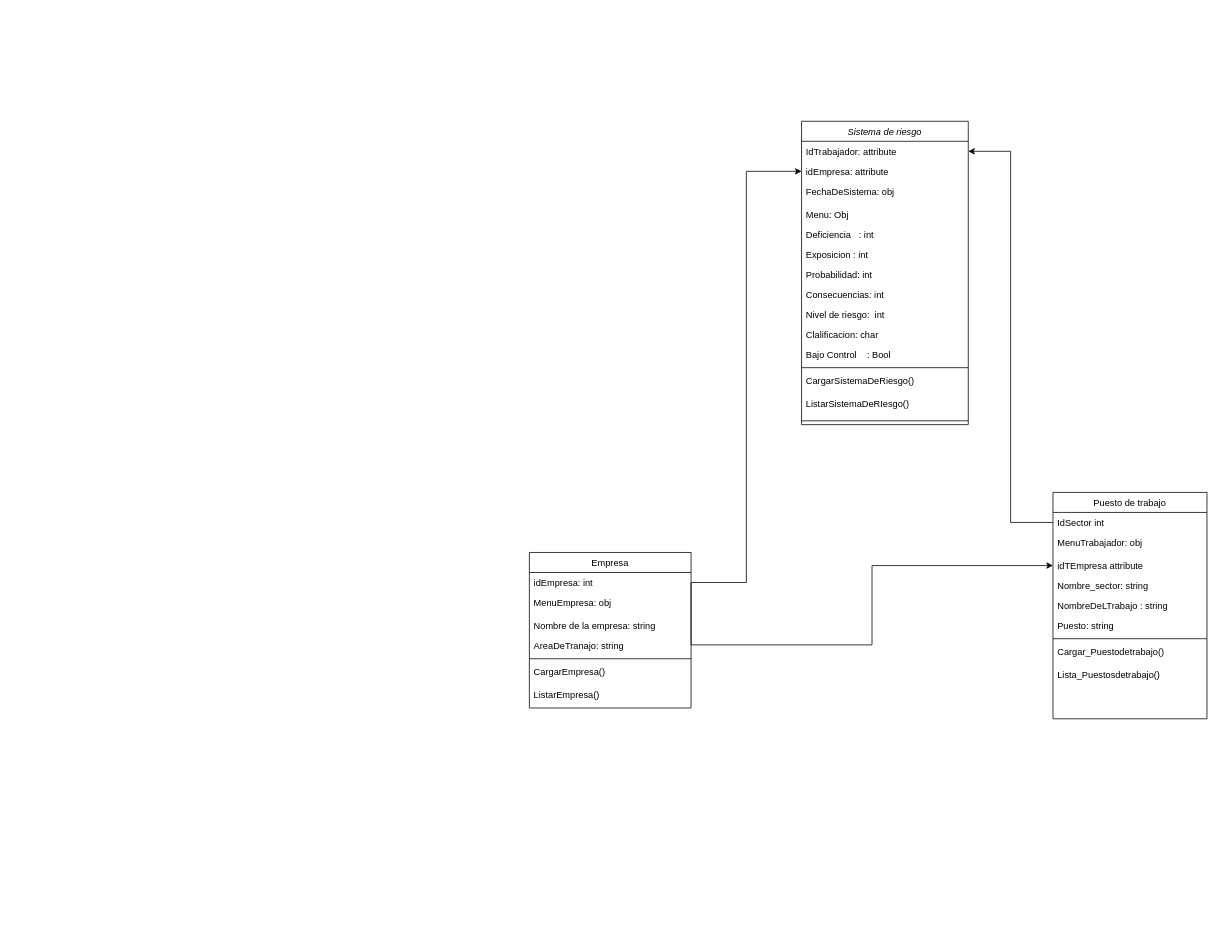
Above: DiagramaRiesgos.drawio in SebastianDlaCruz/SistemaDeRiesgo (draw.io), before the change. Source tidied: cells renumbered, new cells numbered last; positions are measured from the earlier drawing's top-left corner, leaving out a move shared by most shapes. Both pictures are drawn from the tidied source at 77%, with x=0, y=0 at pixel (529, 121).
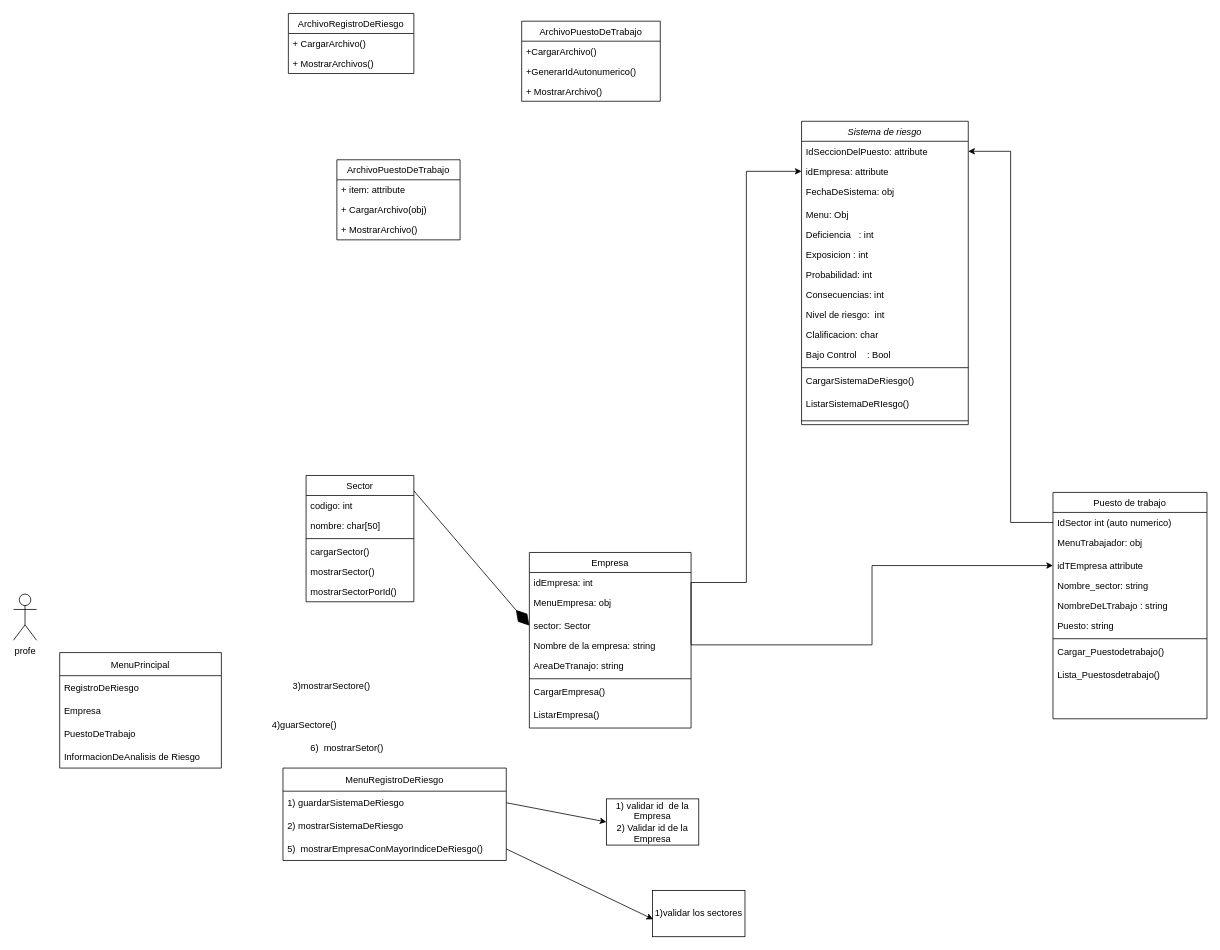
The same diagram, later.

The change refers to these unchanged cells:
```xml
<mxCell id="2" value="Sistema de riesgo&#10;" style="swimlane;fontStyle=2;align=center;verticalAlign=top;horizontal=1;startSize=26;rounded=0;shadow=0;strokeWidth=1;" parent="1" vertex="1">
  <mxGeometry x="353.5" width="216.5" height="394" as="geometry" />
</mxCell>
<mxCell id="26" value="Puesto de trabajo" style="swimlane;fontStyle=0;align=center;verticalAlign=top;horizontal=1;startSize=26;rounded=0;shadow=0;strokeWidth=1;" parent="1" vertex="1">
  <mxGeometry x="680" y="482" width="200" height="294" as="geometry" />
</mxCell>
```

The edit, as a diff of the source:
```diff
@@
-    <mxCell id="3" value="IdTrabajador: attribute" style="text;strokeColor=none;fillColor=none;align=left;verticalAlign=top;spacingLeft=4;spacingRight=4;overflow=hidden;points=[[0,0.5],[1,0.5]];portConstraint=eastwest;" parent="2" vertex="1">
+    <mxCell id="3" value="IdSeccionDelPuesto: attribute" style="text;strokeColor=none;fillColor=none;align=left;verticalAlign=top;spacingLeft=4;spacingRight=4;overflow=hidden;points=[[0,0.5],[1,0.5]];portConstraint=eastwest;" parent="2" vertex="1">
       <mxGeometry y="26" width="216.5" height="26" as="geometry" />
     </mxCell>
@@
     <mxCell id="18" value="Empresa" style="swimlane;fontStyle=0;align=center;verticalAlign=top;horizontal=1;startSize=26;rounded=0;shadow=0;strokeWidth=1;" parent="1" vertex="1">
-      <mxGeometry y="560" width="210" height="202" as="geometry" />
+      <mxGeometry y="560" width="210" height="228" as="geometry" />
     </mxCell>
@@
+    <mxCell id="39" value="sector: Sector" style="text;strokeColor=none;fillColor=none;align=left;verticalAlign=top;spacingLeft=4;spacingRight=4;overflow=hidden;points=[[0,0.5],[1,0.5]];portConstraint=eastwest;" parent="18" vertex="1">
+      <mxGeometry y="82" width="210" height="26" as="geometry" />
+    </mxCell>
     <mxCell id="21" value="Nombre de la empresa: string " style="text;strokeColor=none;fillColor=none;align=left;verticalAlign=top;spacingLeft=4;spacingRight=4;overflow=hidden;" parent="18" vertex="1">
-      <mxGeometry y="82" width="210" height="26" as="geometry" />
+      <mxGeometry y="108" width="210" height="26" as="geometry" />
     </mxCell>
     <mxCell id="22" value="AreaDeTranajo: string " style="text;align=left;verticalAlign=top;spacingLeft=4;spacingRight=4;overflow=hidden;rounded=0;shadow=0;html=0;" parent="18" vertex="1">
-      <mxGeometry y="108" width="210" height="26" as="geometry" />
+      <mxGeometry y="134" width="210" height="26" as="geometry" />
     </mxCell>
     <mxCell id="23" style="line;html=1;strokeWidth=1;align=left;verticalAlign=middle;spacingTop=-1;spacingLeft=3;spacingRight=3;labelPosition=right;" parent="18" vertex="1">
-      <mxGeometry y="134" width="210" height="8" as="geometry" />
+      <mxGeometry y="160" width="210" height="8" as="geometry" />
     </mxCell>
-    <mxCell id="24" value="CargarEmpresa()" style="text;strokeColor=none;fillColor=none;spacingLeft=4;spacingRight=4;overflow=hidden;fontSize=12;" parent="18" vertex="1">
-      <mxGeometry y="142" width="210" height="30" as="geometry" />
+    <mxCell id="24" value="CargarEmpresa() &#10;" style="text;strokeColor=none;fillColor=none;spacingLeft=4;spacingRight=4;overflow=hidden;fontSize=12;" parent="18" vertex="1">
+      <mxGeometry y="168" width="210" height="30" as="geometry" />
     </mxCell>
     <mxCell id="25" value="ListarEmpresa()" style="text;strokeColor=none;fillColor=none;spacingLeft=4;spacingRight=4;overflow=hidden;fontSize=12;" parent="18" vertex="1">
-      <mxGeometry y="172" width="210" height="30" as="geometry" />
+      <mxGeometry y="198" width="210" height="30" as="geometry" />
     </mxCell>
@@
-    <mxCell id="27" value="IdSector int" style="text;align=left;verticalAlign=top;spacingLeft=4;spacingRight=4;overflow=hidden;points=[[0,0.5],[1,0.5]];portConstraint=eastwest;rounded=0;shadow=0;html=0;" parent="26" vertex="1">
+    <mxCell id="27" value="IdSector int (auto numerico)" style="text;align=left;verticalAlign=top;spacingLeft=4;spacingRight=4;overflow=hidden;points=[[0,0.5],[1,0.5]];portConstraint=eastwest;rounded=0;shadow=0;html=0;" parent="26" vertex="1">
       <mxGeometry y="26" width="200" height="26" as="geometry" />
     </mxCell>
@@
+    <mxCell id="40" value="ArchivoRegistroDeRiesgo" style="swimlane;fontStyle=0;horizontal=1;startSize=26;fillColor=none;" parent="1" vertex="1">
+      <mxGeometry x="-313" y="-140" width="163" height="78" as="geometry" />
+    </mxCell>
+    <mxCell id="41" value="+ CargarArchivo()" style="text;strokeColor=none;fillColor=none;align=left;verticalAlign=top;spacingLeft=4;spacingRight=4;overflow=hidden;" parent="40" vertex="1">
+      <mxGeometry y="26" width="163" height="26" as="geometry" />
+    </mxCell>
+    <mxCell id="42" value="+ MostrarArchivos()" style="text;strokeColor=none;fillColor=none;align=left;verticalAlign=top;spacingLeft=4;spacingRight=4;overflow=hidden;" parent="40" vertex="1">
+      <mxGeometry y="52" width="163" height="26" as="geometry" />
+    </mxCell>
+    <mxCell id="43" value="ArchivoPuestoDeTrabajo" style="swimlane;fontStyle=0;horizontal=1;startSize=26;fillColor=none;" parent="1" vertex="1">
+      <mxGeometry x="-10" y="-130" width="180" height="104" as="geometry" />
+    </mxCell>
+    <mxCell id="44" value="+CargarArchivo()" style="text;strokeColor=none;fillColor=none;align=left;verticalAlign=top;spacingLeft=4;spacingRight=4;overflow=hidden;" parent="43" vertex="1">
+      <mxGeometry y="26" width="180" height="26" as="geometry" />
+    </mxCell>
+    <mxCell id="45" value="+GenerarIdAutonumerico()" style="text;strokeColor=none;fillColor=none;align=left;verticalAlign=top;spacingLeft=4;spacingRight=4;overflow=hidden;" parent="43" vertex="1">
+      <mxGeometry y="52" width="180" height="26" as="geometry" />
+    </mxCell>
+    <mxCell id="46" value="+ MostrarArchivo()" style="text;strokeColor=none;fillColor=none;align=left;verticalAlign=top;spacingLeft=4;spacingRight=4;overflow=hidden;" parent="43" vertex="1">
+      <mxGeometry y="78" width="180" height="26" as="geometry" />
+    </mxCell>
+    <mxCell id="47" value="ArchivoPuestoDeTrabajo" style="swimlane;fontStyle=0;horizontal=1;startSize=26;fillColor=none;" parent="1" vertex="1">
+      <mxGeometry x="-250" y="50" width="160" height="104" as="geometry" />
+    </mxCell>
+    <mxCell id="48" value="+ item: attribute" style="text;strokeColor=none;fillColor=none;align=left;verticalAlign=top;spacingLeft=4;spacingRight=4;overflow=hidden;" parent="47" vertex="1">
+      <mxGeometry y="26" width="160" height="26" as="geometry" />
+    </mxCell>
+    <mxCell id="49" value="+ CargarArchivo(obj)" style="text;strokeColor=none;fillColor=none;align=left;verticalAlign=top;spacingLeft=4;spacingRight=4;overflow=hidden;" parent="47" vertex="1">
+      <mxGeometry y="52" width="160" height="26" as="geometry" />
+    </mxCell>
+    <mxCell id="50" value="+ MostrarArchivo()" style="text;strokeColor=none;fillColor=none;align=left;verticalAlign=top;spacingLeft=4;spacingRight=4;overflow=hidden;" parent="47" vertex="1">
+      <mxGeometry y="78" width="160" height="26" as="geometry" />
+    </mxCell>
+    <mxCell id="51" value="Sector" style="swimlane;fontStyle=0;horizontal=1;startSize=26;fillColor=none;" parent="1" vertex="1">
+      <mxGeometry x="-290" y="460" width="140" height="164" as="geometry" />
+    </mxCell>
+    <mxCell id="52" value="codigo: int" style="text;strokeColor=none;fillColor=none;align=left;verticalAlign=top;spacingLeft=4;spacingRight=4;overflow=hidden;" parent="51" vertex="1">
+      <mxGeometry y="26" width="140" height="26" as="geometry" />
+    </mxCell>
+    <mxCell id="53" value="nombre: char[50]" style="text;strokeColor=none;fillColor=none;align=left;verticalAlign=top;spacingLeft=4;spacingRight=4;overflow=hidden;" parent="51" vertex="1">
+      <mxGeometry y="52" width="140" height="26" as="geometry" />
+    </mxCell>
+    <mxCell id="54" style="line;strokeWidth=1;fillColor=none;align=left;verticalAlign=middle;spacingTop=-1;spacingLeft=3;spacingRight=3;labelPosition=right;" parent="51" vertex="1">
+      <mxGeometry y="78" width="140" height="8" as="geometry" />
+    </mxCell>
+    <mxCell id="55" value="cargarSector()" style="text;strokeColor=none;fillColor=none;align=left;verticalAlign=top;spacingLeft=4;spacingRight=4;overflow=hidden;" parent="51" vertex="1">
+      <mxGeometry y="86" width="140" height="26" as="geometry" />
+    </mxCell>
+    <mxCell id="56" value="mostrarSector()" style="text;strokeColor=none;fillColor=none;align=left;verticalAlign=top;spacingLeft=4;spacingRight=4;overflow=hidden;" parent="51" vertex="1">
+      <mxGeometry y="112" width="140" height="26" as="geometry" />
+    </mxCell>
+    <mxCell id="57" value="mostrarSectorPorId()" style="text;strokeColor=none;fillColor=none;align=left;verticalAlign=top;spacingLeft=4;spacingRight=4;overflow=hidden;" parent="51" vertex="1">
+      <mxGeometry y="138" width="140" height="26" as="geometry" />
+    </mxCell>
+    <mxCell id="58" value="MenuPrincipal" style="swimlane;fontStyle=0;horizontal=1;startSize=30;" parent="1" vertex="1">
+      <mxGeometry x="-610" y="690" width="210" height="150" as="geometry" />
+    </mxCell>
+    <mxCell id="59" value="RegistroDeRiesgo" style="text;strokeColor=none;fillColor=none;align=left;verticalAlign=middle;spacingLeft=4;spacingRight=4;overflow=hidden;" parent="58" vertex="1">
+      <mxGeometry y="30" width="210" height="30" as="geometry" />
+    </mxCell>
+    <mxCell id="60" value="Empresa" style="text;strokeColor=none;fillColor=none;align=left;verticalAlign=middle;spacingLeft=4;spacingRight=4;overflow=hidden;" parent="58" vertex="1">
+      <mxGeometry y="60" width="210" height="30" as="geometry" />
+    </mxCell>
+    <mxCell id="61" value="PuestoDeTrabajo" style="text;strokeColor=none;fillColor=none;align=left;verticalAlign=middle;spacingLeft=4;spacingRight=4;overflow=hidden;" parent="58" vertex="1">
+      <mxGeometry y="90" width="210" height="30" as="geometry" />
+    </mxCell>
+    <mxCell id="62" value="InformacionDeAnalisis de Riesgo" style="text;strokeColor=none;fillColor=none;align=left;verticalAlign=middle;spacingLeft=4;spacingRight=4;overflow=hidden;" parent="58" vertex="1">
+      <mxGeometry y="120" width="210" height="30" as="geometry" />
+    </mxCell>
+    <mxCell id="63" value="profe" style="shape=umlActor;verticalLabelPosition=bottom;verticalAlign=top;html=1;" parent="1" vertex="1">
+      <mxGeometry x="-670" y="614" width="30" height="60" as="geometry" />
+    </mxCell>
+    <mxCell id="64" value="MenuRegistroDeRiesgo" style="swimlane;fontStyle=0;horizontal=1;startSize=30;" parent="1" vertex="1">
+      <mxGeometry x="-320" y="840" width="290" height="120" as="geometry" />
+    </mxCell>
+    <mxCell id="65" value="1) guardarSistemaDeRiesgo" style="text;strokeColor=none;fillColor=none;align=left;verticalAlign=middle;spacingLeft=4;spacingRight=4;overflow=hidden;points=[[0,0.5],[1,0.5]];portConstraint=eastwest;" parent="64" vertex="1">
+      <mxGeometry y="30" width="290" height="30" as="geometry" />
+    </mxCell>
+    <mxCell id="66" value="2) mostrarSistemaDeRiesgo" style="text;strokeColor=none;fillColor=none;align=left;verticalAlign=middle;spacingLeft=4;spacingRight=4;overflow=hidden;" parent="64" vertex="1">
+      <mxGeometry y="60" width="290" height="30" as="geometry" />
+    </mxCell>
+    <mxCell id="67" value="5)  mostrarEmpresaConMayorIndiceDeRiesgo()" style="text;strokeColor=none;fillColor=none;align=left;verticalAlign=middle;spacingLeft=4;spacingRight=4;overflow=hidden;points=[[0,0.5],[1,0.5]];portConstraint=eastwest;" parent="64" vertex="1">
+      <mxGeometry y="90" width="290" height="30" as="geometry" />
+    </mxCell>
+    <mxCell id="68" value="1) validar id&amp;nbsp; de la Empresa&lt;br&gt;2) Validar id de la Empresa" style="rounded=0;whiteSpace=wrap;html=1;" parent="1" vertex="1">
+      <mxGeometry x="100" y="880" width="120" height="60" as="geometry" />
+    </mxCell>
+    <mxCell id="69" style="endArrow=classic;html=1;exitX=1;exitY=0.5;exitDx=0;exitDy=0;" parent="1" edge="1" source="65">
+      <mxGeometry relative="1" as="geometry">
+        <mxPoint x="100" y="910" as="targetPoint" />
+      </mxGeometry>
+    </mxCell>
+    <mxCell id="70" style="endArrow=diamondThin;endFill=1;endSize=24;html=1;entryX=0;entryY=0.5;entryDx=0;entryDy=0;" parent="1" edge="1" target="39">
+      <mxGeometry relative="1" as="geometry">
+        <mxPoint x="-150" y="480" as="sourcePoint" />
+      </mxGeometry>
+    </mxCell>
+    <mxCell id="71" value="1)validar los sectores" style="rounded=0;whiteSpace=wrap;html=1;" parent="1" vertex="1">
+      <mxGeometry x="160" y="999" width="120" height="60" as="geometry" />
+    </mxCell>
+    <mxCell id="72" style="endArrow=classic;html=1;entryX=0.005;entryY=0.622;entryDx=0;entryDy=0;entryPerimeter=0;exitX=1;exitY=0.5;exitDx=0;exitDy=0;" parent="1" edge="1" source="67" target="71">
+      <mxGeometry relative="1" as="geometry" />
+    </mxCell>
+    <mxCell id="73" value="4)guarSectore()" style="text;strokeColor=none;fillColor=none;align=left;verticalAlign=top;spacingLeft=4;spacingRight=4;overflow=hidden;" parent="1" vertex="1">
+      <mxGeometry x="-340" y="770" width="290" height="26" as="geometry" />
+    </mxCell>
+    <mxCell id="74" value="3)mostrarSectore()" style="text;strokeColor=none;fillColor=none;align=left;verticalAlign=top;spacingLeft=4;spacingRight=4;overflow=hidden;" parent="1" vertex="1">
+      <mxGeometry x="-313" y="720" width="290" height="32" as="geometry" />
+    </mxCell>
+    <mxCell id="75" value="6)  mostrarSetor()" style="text;strokeColor=none;fillColor=none;align=left;verticalAlign=top;spacingLeft=4;spacingRight=4;overflow=hidden;" parent="1" vertex="1">
+      <mxGeometry x="-290" y="800" width="290" height="26" as="geometry" />
+    </mxCell>
```
